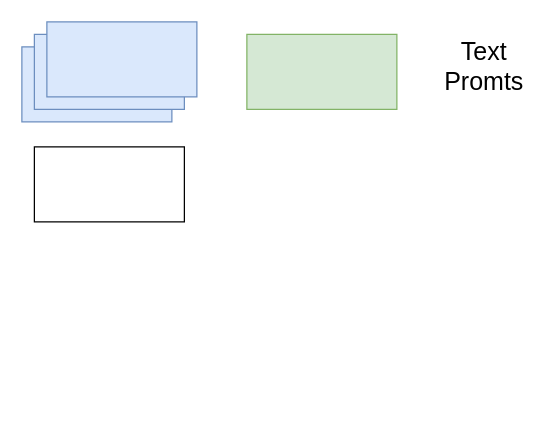
Earlier version of the draw.io diagram figures/Intro.drawio (icszhr/hermes). Source tidied: cells renumbered, new cells numbered last; positions are measured from the earlier drawing's top-left corner, leaving out a move shared by most shapes. Both pictures are drawn from the tidied source at 125%, with x=0, y=0 at pixel (21, 21).
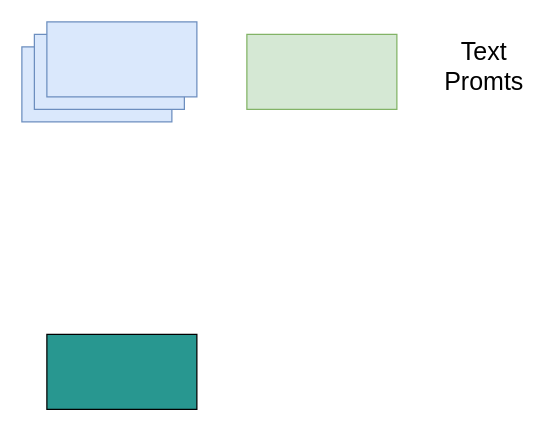
Above is the later version.

Diff of the diagram source:
```diff
@@
 <mxGraphModel>
   <root>
     <mxCell id="0" />
     <mxCell id="1" parent="0" />
     <mxCell id="2" style="rounded=0;whiteSpace=wrap;html=1;fillColor=#dae8fc;strokeColor=#6c8ebf;" parent="1" vertex="1">
       <mxGeometry y="20" width="120" height="60" as="geometry" />
     </mxCell>
     <mxCell id="3" style="rounded=0;whiteSpace=wrap;html=1;fillColor=#dae8fc;strokeColor=#6c8ebf;" parent="1" vertex="1">
       <mxGeometry x="10" y="10" width="120" height="60" as="geometry" />
     </mxCell>
     <mxCell id="4" style="rounded=0;whiteSpace=wrap;html=1;fillColor=#dae8fc;strokeColor=#6c8ebf;" parent="1" vertex="1">
       <mxGeometry x="20" width="120" height="60" as="geometry" />
     </mxCell>
     <mxCell id="5" style="rounded=0;whiteSpace=wrap;html=1;fillColor=#d5e8d4;strokeColor=#82b366;" parent="1" vertex="1">
       <mxGeometry x="180" y="10" width="120" height="60" as="geometry" />
     </mxCell>
     <mxCell id="6" value="&lt;font style=&quot;font-size: 20px;&quot;&gt;Text Promts&lt;/font&gt;" style="text;html=1;whiteSpace=wrap;strokeColor=none;fillColor=none;align=center;verticalAlign=middle;rounded=0;" parent="1" vertex="1">
       <mxGeometry x="340" y="20" width="60" height="30" as="geometry" />
     </mxCell>
-    <mxCell id="7" style="rounded=0;whiteSpace=wrap;html=1;" parent="1" vertex="1">
-      <mxGeometry x="10" y="100" width="120" height="60" as="geometry" />
+    <mxCell id="7" style="rounded=0;whiteSpace=wrap;html=1;fillColor=light-dark(#289790, #ededed);" parent="1" vertex="1">
+      <mxGeometry x="20" y="250" width="120" height="60" as="geometry" />
     </mxCell>
   </root>
 </mxGraphModel>
```
